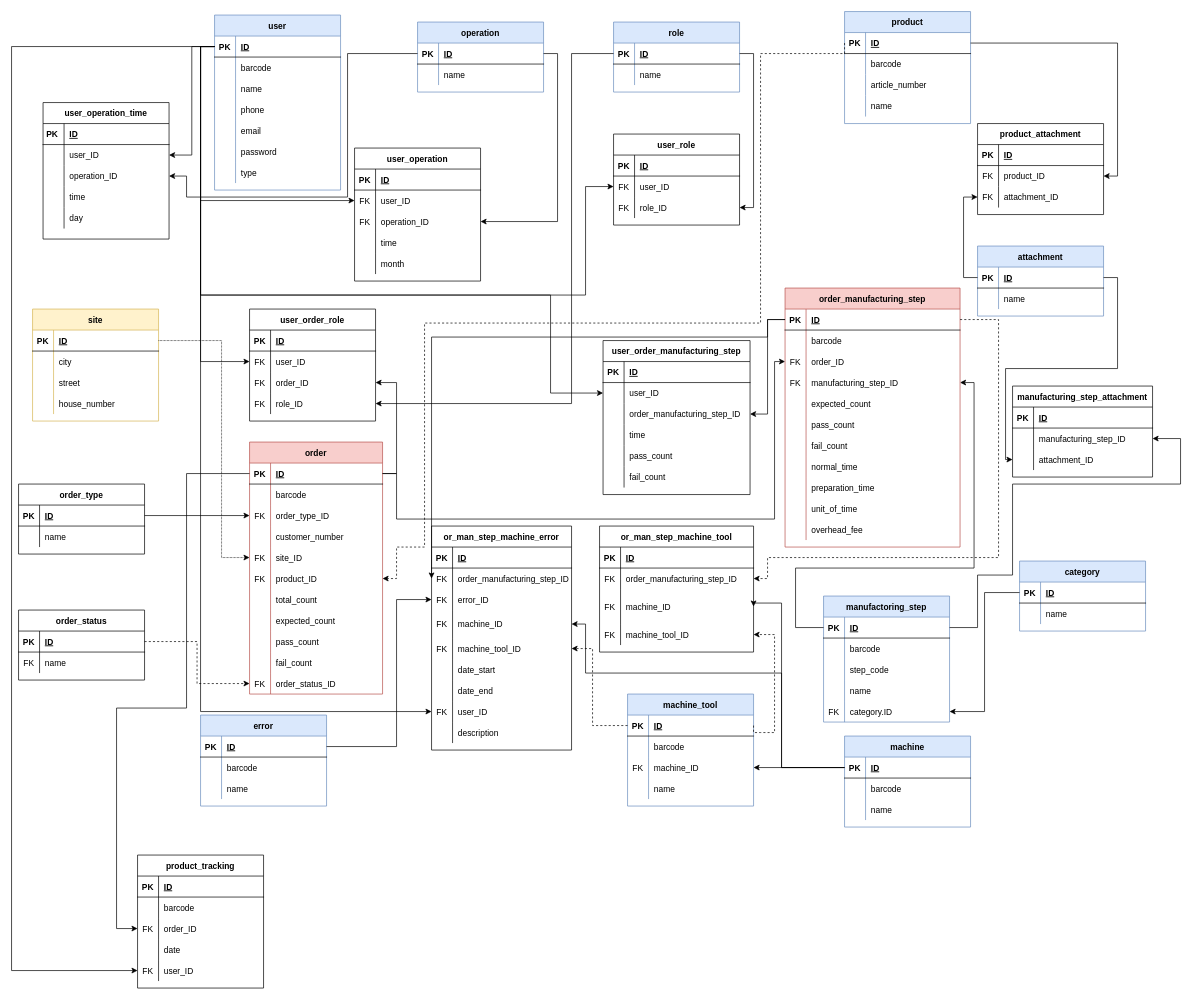
Before: DOC/diagrams/database_plan_2_0_0.drawio in KerteszZoltan/mesterminal, a draw.io diagram. Source tidied: cells renumbered, new cells numbered last; positions are measured from the earlier drawing's top-left corner, leaving out a move shared by most shapes. Both pictures are drawn from the tidied source at 70%, with x=0, y=0 at pixel (11, 11).
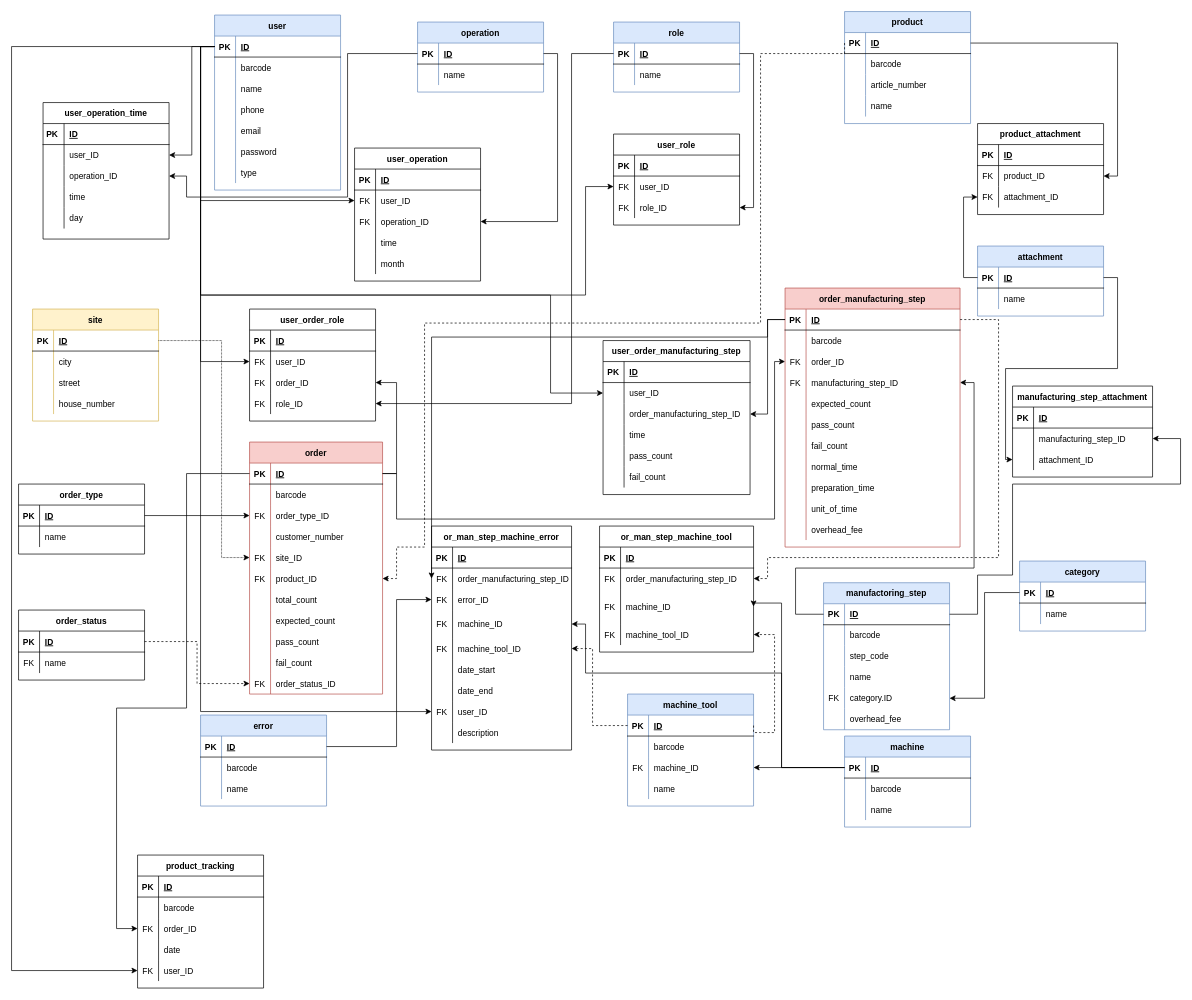
Above is the later version.

Commit message:
manufacturing_step added to overhead_fee

The change refers to these unchanged cells:
```xml
<mxCell id="232" style="shape=partialRectangle;fillColor=none;top=0;left=0;bottom=1;right=0;points=[[0,0.5],[1,0.5]];portConstraint=eastwest;" parent="231" vertex="1">
  <mxGeometry y="30" width="180" height="30" as="geometry" />
</mxCell>
<mxCell id="265" style="shape=partialRectangle;fillColor=none;top=0;left=0;bottom=0;right=0;points=[[0,0.5],[1,0.5]];portConstraint=eastwest;" parent="255" vertex="1">
  <mxGeometry y="120" width="250" height="30" as="geometry" />
</mxCell>
<mxCell id="348" style="shape=partialRectangle;fillColor=none;top=0;left=0;bottom=0;right=0;points=[[0,0.5],[1,0.5]];portConstraint=eastwest;" parent="344" vertex="1">
  <mxGeometry y="60" width="200" height="30" as="geometry" />
</mxCell>
```

What changed in the source:
```diff
@@
     <mxCell id="231" value="manufactoring_step" style="shape=table;startSize=30;childLayout=tableLayout;rowLines=0;fontStyle=1;align=center;fillColor=#dae8fc;strokeColor=#6c8ebf;" parent="1" vertex="1">
-      <mxGeometry x="1160" y="835" width="180" height="180" as="geometry" />
+      <mxGeometry x="1160" y="816" width="180" height="210" as="geometry" />
     </mxCell>
@@
+    <mxCell id="393" style="shape=partialRectangle;fillColor=none;top=0;left=0;bottom=0;right=0;" parent="231" vertex="1">
+      <mxGeometry y="180" width="180" height="30" as="geometry" />
+    </mxCell>
+    <mxCell id="394" value="      &#10;" style="shape=partialRectangle;fillColor=none;top=0;left=0;bottom=0;right=0;overflow=hidden;" parent="393" vertex="1">
+      <mxGeometry width="30" height="30" as="geometry" />
+    </mxCell>
+    <mxCell id="395" value="overhead_fee" style="shape=partialRectangle;fillColor=none;top=0;left=0;bottom=0;right=0;align=left;spacingLeft=6;overflow=hidden;" parent="393" vertex="1">
+      <mxGeometry x="30" width="150" height="30" as="geometry" />
+    </mxCell>
@@
     <mxCell id="290" style="edgeStyle=orthogonalEdgeStyle;rounded=0;jettySize=auto;html=1;exitX=0;exitY=0.5;exitDx=0;exitDy=0;entryX=1;entryY=0.5;entryDx=0;entryDy=0;" parent="1" edge="1" source="232" target="265">
       <mxGeometry relative="1" as="geometry">
         <Array as="points">
-          <mxPoint x="1120" y="880" />
+          <mxPoint x="1120" y="861" />
           <mxPoint x="1120" y="795" />
           <mxPoint x="1375" y="795" />
           <mxPoint x="1375" y="530" />
         </Array>
       </mxGeometry>
     </mxCell>
@@
     <mxCell id="355" style="edgeStyle=orthogonalEdgeStyle;rounded=0;jettySize=auto;html=1;exitX=1;exitY=0.5;exitDx=0;exitDy=0;entryX=1;entryY=0.5;entryDx=0;entryDy=0;" parent="1" edge="1" source="232" target="348">
       <mxGeometry relative="1" as="geometry">
         <Array as="points">
-          <mxPoint x="1380" y="880" />
+          <mxPoint x="1380" y="861" />
           <mxPoint x="1380" y="805" />
           <mxPoint x="1430" y="805" />
           <mxPoint x="1430" y="675" />
           <mxPoint x="1670" y="675" />
           <mxPoint x="1670" y="610" />
         </Array>
       </mxGeometry>
     </mxCell>
```
